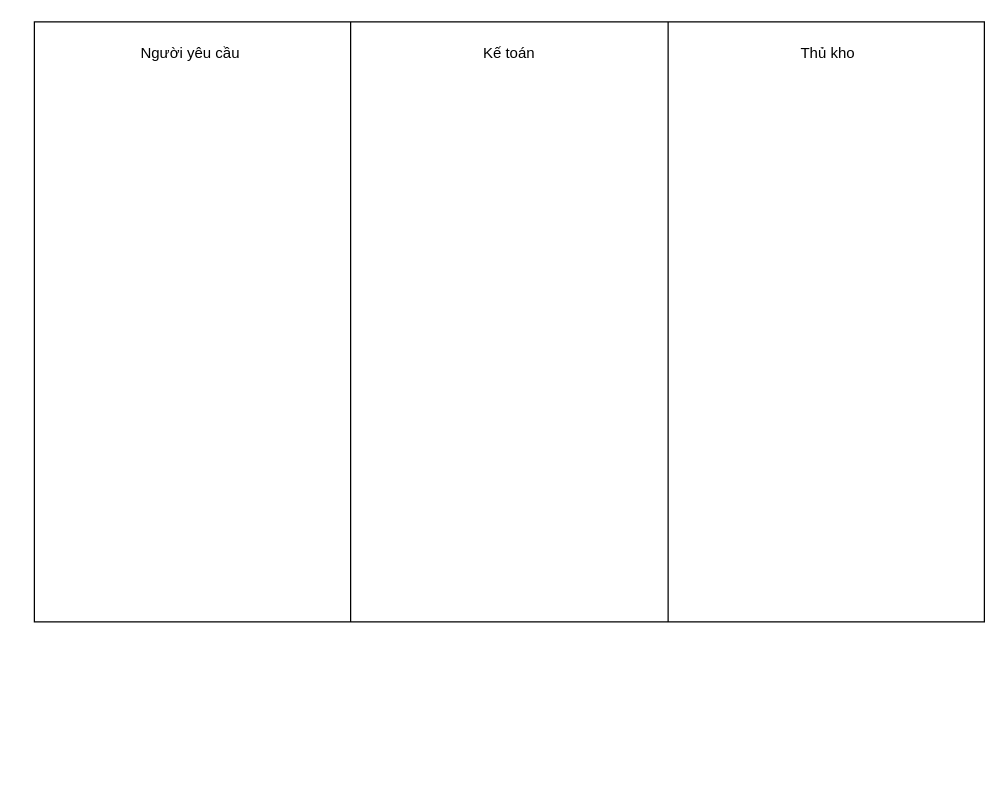
The draw.io diagram page "QT_Nhập kho" (3 of 4) of Itcctv_shop Design.drawio in itcctvsoft/Itcctv_shop_design, before the edit. Source tidied: cells renumbered, new cells numbered last; positions are measured from the earlier drawing's top-left corner, leaving out a move shared by most shapes. Both pictures are drawn from the tidied source at 125%, with x=0, y=0 at pixel (34, 21).
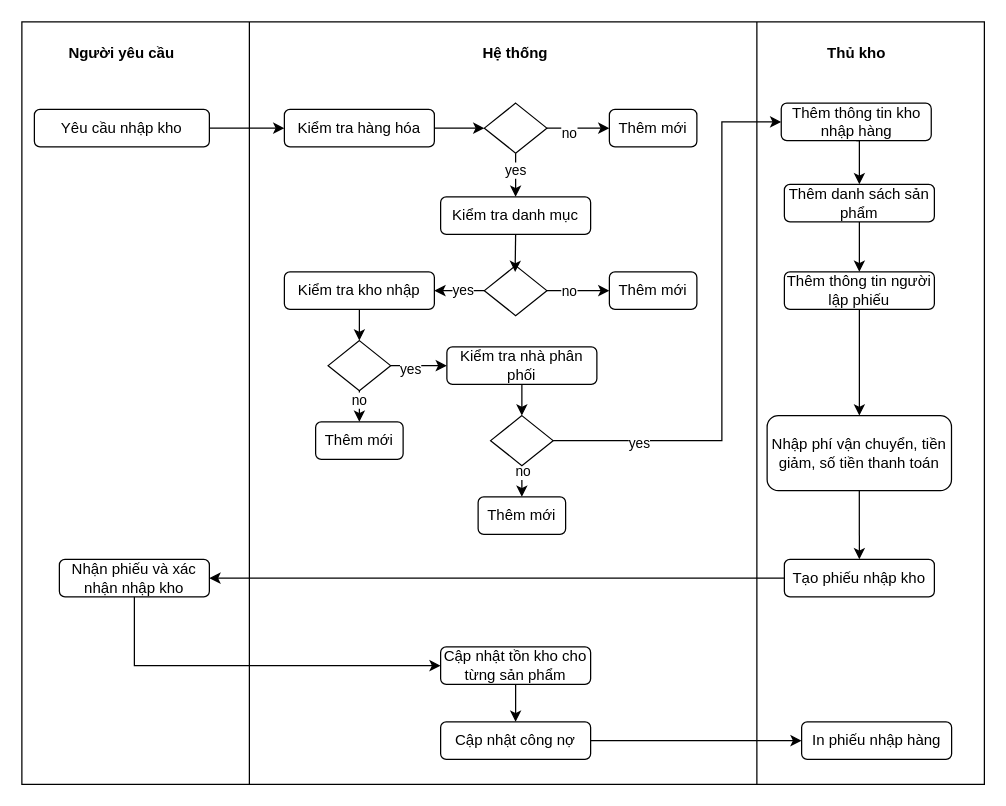
The same diagram, later.

Change to the diagram source:
```diff
@@
-    <mxCell id="2" style="shape=process;whiteSpace=wrap;html=1;backgroundOutline=1;size=0.3333333333333333;" parent="1" vertex="1">
-      <mxGeometry width="760" height="480" as="geometry" />
+    <mxCell id="2" style="shape=process;whiteSpace=wrap;html=1;backgroundOutline=1;size=0.23684210526315788;" parent="1" vertex="1">
+      <mxGeometry x="-10" width="770" height="610" as="geometry" />
     </mxCell>
-    <mxCell id="3" value="Người yêu cầu" style="text;html=1;align=center;verticalAlign=middle;whiteSpace=wrap;rounded=0;" parent="1" vertex="1">
-      <mxGeometry x="80" y="10" width="90" height="30" as="geometry" />
+    <mxCell id="3" value="Người yêu cầu" style="text;html=1;align=center;verticalAlign=middle;whiteSpace=wrap;rounded=0;fontStyle=1;" parent="1" vertex="1">
+      <mxGeometry x="25" y="10" width="90" height="30" as="geometry" />
     </mxCell>
-    <mxCell id="4" value="Kế toán" style="text;html=1;align=center;verticalAlign=middle;whiteSpace=wrap;rounded=0;" parent="1" vertex="1">
-      <mxGeometry x="335" y="10" width="90" height="30" as="geometry" />
+    <mxCell id="4" value="Hệ thống" style="text;html=1;align=center;verticalAlign=middle;whiteSpace=wrap;rounded=0;fontStyle=1;" parent="1" vertex="1">
+      <mxGeometry x="340" y="10" width="90" height="30" as="geometry" />
     </mxCell>
-    <mxCell id="5" value="Thủ kho" style="text;html=1;align=center;verticalAlign=middle;whiteSpace=wrap;rounded=0;" parent="1" vertex="1">
-      <mxGeometry x="590" y="10" width="90" height="30" as="geometry" />
+    <mxCell id="5" value="Thủ kho" style="text;html=1;align=center;verticalAlign=middle;whiteSpace=wrap;rounded=0;fontStyle=1;" parent="1" vertex="1">
+      <mxGeometry x="612.5" y="10" width="90" height="30" as="geometry" />
     </mxCell>
+    <mxCell id="6" style="edgeStyle=orthogonalEdgeStyle;rounded=0;jettySize=auto;html=1;exitX=1;exitY=0.5;exitDx=0;exitDy=0;entryX=0;entryY=0.5;entryDx=0;entryDy=0;" parent="1" edge="1" source="7" target="10">
+      <mxGeometry relative="1" as="geometry" />
+    </mxCell>
+    <mxCell id="7" value="Yêu cầu nhập kho" style="rounded=1;whiteSpace=wrap;html=1;" parent="1" vertex="1">
+      <mxGeometry y="70" width="140" height="30" as="geometry" />
+    </mxCell>
+    <mxCell id="8" style="edgeStyle=orthogonalEdgeStyle;rounded=0;orthogonalLoop=1;jettySize=auto;html=1;exitX=0.5;exitY=1;exitDx=0;exitDy=0;" parent="1" edge="1">
+      <mxGeometry relative="1" as="geometry">
+        <mxPoint x="270" y="200" as="sourcePoint" />
+        <mxPoint x="270" y="200" as="targetPoint" />
+      </mxGeometry>
+    </mxCell>
+    <mxCell id="9" style="edgeStyle=orthogonalEdgeStyle;rounded=0;jettySize=auto;html=1;exitX=1;exitY=0.5;exitDx=0;exitDy=0;entryX=0;entryY=0.5;entryDx=0;entryDy=0;" parent="1" edge="1" source="10" target="37">
+      <mxGeometry relative="1" as="geometry" />
+    </mxCell>
+    <mxCell id="10" value="Kiểm tra hàng hóa" style="rounded=1;whiteSpace=wrap;html=1;" parent="1" vertex="1">
+      <mxGeometry x="200" y="70" width="120" height="30" as="geometry" />
+    </mxCell>
+    <mxCell id="11" value="Kiểm tra danh mục" style="rounded=1;whiteSpace=wrap;html=1;" parent="1" vertex="1">
+      <mxGeometry x="325" y="140" width="120" height="30" as="geometry" />
+    </mxCell>
+    <mxCell id="12" style="edgeStyle=orthogonalEdgeStyle;rounded=0;jettySize=auto;html=1;exitX=0.5;exitY=1;exitDx=0;exitDy=0;entryX=0.5;entryY=0;entryDx=0;entryDy=0;" parent="1" edge="1" source="13" target="50">
+      <mxGeometry relative="1" as="geometry" />
+    </mxCell>
+    <mxCell id="13" value="Kiểm tra kho nhập" style="rounded=1;whiteSpace=wrap;html=1;" parent="1" vertex="1">
+      <mxGeometry x="200" y="200" width="120" height="30" as="geometry" />
+    </mxCell>
+    <mxCell id="14" style="edgeStyle=orthogonalEdgeStyle;rounded=0;jettySize=auto;html=1;exitX=0.5;exitY=1;exitDx=0;exitDy=0;entryX=0.5;entryY=0;entryDx=0;entryDy=0;" parent="1" edge="1" source="15" target="57">
+      <mxGeometry relative="1" as="geometry" />
+    </mxCell>
+    <mxCell id="15" value="Kiểm tra nhà phân phối" style="rounded=1;whiteSpace=wrap;html=1;" parent="1" vertex="1">
+      <mxGeometry x="330" y="260" width="120" height="30" as="geometry" />
+    </mxCell>
+    <mxCell id="16" style="edgeStyle=orthogonalEdgeStyle;rounded=0;jettySize=auto;html=1;exitX=0.5;exitY=1;exitDx=0;exitDy=0;entryX=0.5;entryY=0;entryDx=0;entryDy=0;" parent="1" edge="1" source="17" target="19">
+      <mxGeometry relative="1" as="geometry" />
+    </mxCell>
+    <mxCell id="17" value="Thêm thông tin kho nhập hàng" style="rounded=1;whiteSpace=wrap;html=1;" parent="1" vertex="1">
+      <mxGeometry x="597.5" y="65" width="120" height="30" as="geometry" />
+    </mxCell>
+    <mxCell id="18" style="edgeStyle=orthogonalEdgeStyle;rounded=0;jettySize=auto;html=1;exitX=0.5;exitY=1;exitDx=0;exitDy=0;entryX=0.5;entryY=0;entryDx=0;entryDy=0;" parent="1" edge="1" source="19" target="21">
+      <mxGeometry relative="1" as="geometry" />
+    </mxCell>
+    <mxCell id="19" value="Thêm danh sách sản phẩm" style="rounded=1;whiteSpace=wrap;html=1;" parent="1" vertex="1">
+      <mxGeometry x="600" y="130" width="120" height="30" as="geometry" />
+    </mxCell>
+    <mxCell id="20" style="edgeStyle=orthogonalEdgeStyle;rounded=0;jettySize=auto;html=1;exitX=0.5;exitY=1;exitDx=0;exitDy=0;" parent="1" edge="1" source="21" target="23">
+      <mxGeometry relative="1" as="geometry" />
+    </mxCell>
+    <mxCell id="21" value="Thêm thông tin người lập phiếu" style="rounded=1;whiteSpace=wrap;html=1;" parent="1" vertex="1">
+      <mxGeometry x="600" y="200" width="120" height="30" as="geometry" />
+    </mxCell>
+    <mxCell id="22" style="edgeStyle=orthogonalEdgeStyle;rounded=0;jettySize=auto;html=1;exitX=0.5;exitY=1;exitDx=0;exitDy=0;entryX=0.5;entryY=0;entryDx=0;entryDy=0;" parent="1" edge="1" source="23" target="25">
+      <mxGeometry relative="1" as="geometry" />
+    </mxCell>
+    <mxCell id="23" value="Nhập phí vận chuyển, tiền giảm, số tiền thanh toán" style="rounded=1;whiteSpace=wrap;html=1;" parent="1" vertex="1">
+      <mxGeometry x="586.2" y="315" width="147.5" height="60" as="geometry" />
+    </mxCell>
+    <mxCell id="24" style="edgeStyle=orthogonalEdgeStyle;rounded=0;jettySize=auto;html=1;exitX=0;exitY=0.5;exitDx=0;exitDy=0;entryX=1;entryY=0.5;entryDx=0;entryDy=0;" parent="1" edge="1" source="25" target="27">
+      <mxGeometry relative="1" as="geometry" />
+    </mxCell>
+    <mxCell id="25" value="Tạo phiếu nhập kho" style="rounded=1;whiteSpace=wrap;html=1;" parent="1" vertex="1">
+      <mxGeometry x="600" y="430" width="120" height="30" as="geometry" />
+    </mxCell>
+    <mxCell id="26" style="edgeStyle=orthogonalEdgeStyle;rounded=0;jettySize=auto;html=1;exitX=0.5;exitY=1;exitDx=0;exitDy=0;entryX=0;entryY=0.5;entryDx=0;entryDy=0;" parent="1" edge="1" source="27" target="29">
+      <mxGeometry relative="1" as="geometry" />
+    </mxCell>
+    <mxCell id="27" value="Nhận phiếu và xác nhận nhập kho" style="rounded=1;whiteSpace=wrap;html=1;" parent="1" vertex="1">
+      <mxGeometry x="20" y="430" width="120" height="30" as="geometry" />
+    </mxCell>
+    <mxCell id="28" style="edgeStyle=orthogonalEdgeStyle;rounded=0;jettySize=auto;html=1;exitX=0.5;exitY=1;exitDx=0;exitDy=0;entryX=0.5;entryY=0;entryDx=0;entryDy=0;" parent="1" edge="1" source="29" target="31">
+      <mxGeometry relative="1" as="geometry" />
+    </mxCell>
+    <mxCell id="29" value="Cập nhật tồn kho cho từng sản phẩm" style="rounded=1;whiteSpace=wrap;html=1;" parent="1" vertex="1">
+      <mxGeometry x="325" y="500" width="120" height="30" as="geometry" />
+    </mxCell>
+    <mxCell id="30" style="edgeStyle=orthogonalEdgeStyle;rounded=0;jettySize=auto;html=1;exitX=1;exitY=0.5;exitDx=0;exitDy=0;" parent="1" edge="1" source="31" target="32">
+      <mxGeometry relative="1" as="geometry" />
+    </mxCell>
+    <mxCell id="31" value="Cập nhật công nợ" style="rounded=1;whiteSpace=wrap;html=1;" parent="1" vertex="1">
+      <mxGeometry x="325" y="560" width="120" height="30" as="geometry" />
+    </mxCell>
+    <mxCell id="32" value="In phiếu nhập hàng" style="rounded=1;whiteSpace=wrap;html=1;" parent="1" vertex="1">
+      <mxGeometry x="613.8" y="560" width="120" height="30" as="geometry" />
+    </mxCell>
+    <mxCell id="33" style="edgeStyle=orthogonalEdgeStyle;rounded=0;jettySize=auto;html=1;exitX=1;exitY=0.5;exitDx=0;exitDy=0;entryX=0;entryY=0.5;entryDx=0;entryDy=0;" parent="1" edge="1" source="37" target="39">
+      <mxGeometry relative="1" as="geometry" />
+    </mxCell>
+    <mxCell id="34" value="no" style="edgeLabel;html=1;align=center;verticalAlign=middle;" parent="33" vertex="1">
+      <mxGeometry x="-0.32" y="-3" relative="1" as="geometry" />
+    </mxCell>
+    <mxCell id="35" style="edgeStyle=orthogonalEdgeStyle;rounded=0;jettySize=auto;html=1;exitX=0.5;exitY=1;exitDx=0;exitDy=0;entryX=0.5;entryY=0;entryDx=0;entryDy=0;" parent="1" edge="1" source="37" target="11">
+      <mxGeometry relative="1" as="geometry" />
+    </mxCell>
+    <mxCell id="36" value="yes" style="edgeLabel;html=1;align=center;verticalAlign=middle;" parent="35" vertex="1">
+      <mxGeometry x="-0.24" y="-1" relative="1" as="geometry" />
+    </mxCell>
+    <mxCell id="37" style="rhombus;whiteSpace=wrap;html=1;" parent="1" vertex="1">
+      <mxGeometry x="360" y="65" width="50" height="40" as="geometry" />
+    </mxCell>
+    <mxCell id="38" style="edgeStyle=orthogonalEdgeStyle;rounded=0;orthogonalLoop=1;jettySize=auto;html=1;exitX=0.5;exitY=1;exitDx=0;exitDy=0;" parent="1" edge="1" source="10" target="10">
+      <mxGeometry relative="1" as="geometry" />
+    </mxCell>
+    <mxCell id="39" value="Thêm mới" style="rounded=1;whiteSpace=wrap;html=1;" parent="1" vertex="1">
+      <mxGeometry x="460" y="70" width="70" height="30" as="geometry" />
+    </mxCell>
+    <mxCell id="40" style="edgeStyle=orthogonalEdgeStyle;rounded=0;jettySize=auto;html=1;exitX=1;exitY=0.5;exitDx=0;exitDy=0;" parent="1" edge="1" source="44" target="45">
+      <mxGeometry relative="1" as="geometry" />
+    </mxCell>
+    <mxCell id="41" value="no" style="edgeLabel;html=1;align=center;verticalAlign=middle;" parent="40" vertex="1">
+      <mxGeometry x="-0.32" relative="1" as="geometry" />
+    </mxCell>
+    <mxCell id="42" style="edgeStyle=orthogonalEdgeStyle;rounded=0;jettySize=auto;html=1;exitX=0;exitY=0.5;exitDx=0;exitDy=0;" parent="1" edge="1" source="44" target="13">
+      <mxGeometry relative="1" as="geometry" />
+    </mxCell>
+    <mxCell id="43" value="yes" style="edgeLabel;html=1;align=center;verticalAlign=middle;" parent="42" vertex="1">
+      <mxGeometry x="-0.12" y="-1" relative="1" as="geometry" />
+    </mxCell>
+    <mxCell id="44" style="rhombus;whiteSpace=wrap;html=1;" parent="1" vertex="1">
+      <mxGeometry x="360" y="195" width="50" height="40" as="geometry" />
+    </mxCell>
+    <mxCell id="45" value="Thêm mới" style="rounded=1;whiteSpace=wrap;html=1;" parent="1" vertex="1">
+      <mxGeometry x="460" y="200" width="70" height="30" as="geometry" />
+    </mxCell>
+    <mxCell id="46" style="edgeStyle=orthogonalEdgeStyle;rounded=0;jettySize=auto;html=1;exitX=0.5;exitY=1;exitDx=0;exitDy=0;entryX=0.5;entryY=0;entryDx=0;entryDy=0;" parent="1" edge="1" source="50" target="52">
+      <mxGeometry relative="1" as="geometry" />
+    </mxCell>
+    <mxCell id="47" value="no" style="edgeLabel;html=1;align=center;verticalAlign=middle;" parent="46" vertex="1">
+      <mxGeometry x="-0.43" y="-1" relative="1" as="geometry" />
+    </mxCell>
+    <mxCell id="48" style="edgeStyle=orthogonalEdgeStyle;rounded=0;jettySize=auto;html=1;exitX=1;exitY=0.5;exitDx=0;exitDy=0;" parent="1" edge="1" source="50" target="15">
+      <mxGeometry relative="1" as="geometry" />
+    </mxCell>
+    <mxCell id="49" value="yes" style="edgeLabel;html=1;align=center;verticalAlign=middle;" parent="48" vertex="1">
+      <mxGeometry x="-0.33" y="-2" relative="1" as="geometry" />
+    </mxCell>
+    <mxCell id="50" style="rhombus;whiteSpace=wrap;html=1;" parent="1" vertex="1">
+      <mxGeometry x="235" y="255" width="50" height="40" as="geometry" />
+    </mxCell>
+    <mxCell id="51" style="edgeStyle=orthogonalEdgeStyle;rounded=0;jettySize=auto;html=1;exitX=0.5;exitY=1;exitDx=0;exitDy=0;entryX=0.492;entryY=0.127;entryDx=0;entryDy=0;entryPerimeter=0;" parent="1" edge="1" source="11" target="44">
+      <mxGeometry relative="1" as="geometry" />
+    </mxCell>
+    <mxCell id="52" value="Thêm mới" style="rounded=1;whiteSpace=wrap;html=1;" parent="1" vertex="1">
+      <mxGeometry x="225" y="320" width="70" height="30" as="geometry" />
+    </mxCell>
+    <mxCell id="53" style="edgeStyle=orthogonalEdgeStyle;rounded=0;jettySize=auto;html=1;exitX=0.5;exitY=1;exitDx=0;exitDy=0;entryX=0.5;entryY=0;entryDx=0;entryDy=0;" parent="1" edge="1" source="57" target="58">
+      <mxGeometry relative="1" as="geometry" />
+    </mxCell>
+    <mxCell id="54" value="no" style="edgeLabel;html=1;align=center;verticalAlign=middle;" parent="53" vertex="1">
+      <mxGeometry x="-0.67" relative="1" as="geometry" />
+    </mxCell>
+    <mxCell id="55" style="edgeStyle=orthogonalEdgeStyle;rounded=0;jettySize=auto;html=1;exitX=1;exitY=0.5;exitDx=0;exitDy=0;entryX=0;entryY=0.5;entryDx=0;entryDy=0;" parent="1" edge="1" source="57" target="17">
+      <mxGeometry relative="1" as="geometry">
+        <Array as="points">
+          <mxPoint x="550" y="335" />
+          <mxPoint x="550" y="80" />
+        </Array>
+      </mxGeometry>
+    </mxCell>
+    <mxCell id="56" value="yes" style="edgeLabel;html=1;align=center;verticalAlign=middle;" parent="55" vertex="1">
+      <mxGeometry x="-0.69" y="-1" relative="1" as="geometry" />
+    </mxCell>
+    <mxCell id="57" style="rhombus;whiteSpace=wrap;html=1;" parent="1" vertex="1">
+      <mxGeometry x="365" y="315" width="50" height="40" as="geometry" />
+    </mxCell>
+    <mxCell id="58" value="Thêm mới" style="rounded=1;whiteSpace=wrap;html=1;" parent="1" vertex="1">
+      <mxGeometry x="355" y="380" width="70" height="30" as="geometry" />
+    </mxCell>
```
